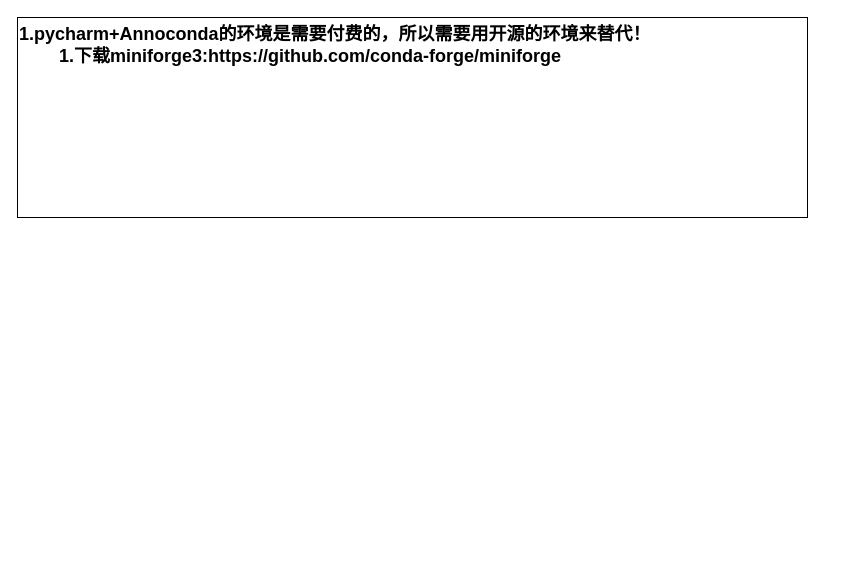
Above: AI/Python.drawio in KGwolf/MyDraw (draw.io), before the change. Source tidied: cells renumbered, new cells numbered last; positions are measured from the earlier drawing's top-left corner, leaving out a move shared by most shapes. Both pictures are drawn from the tidied source at 100%, with x=0, y=0 at pixel (17, 17).
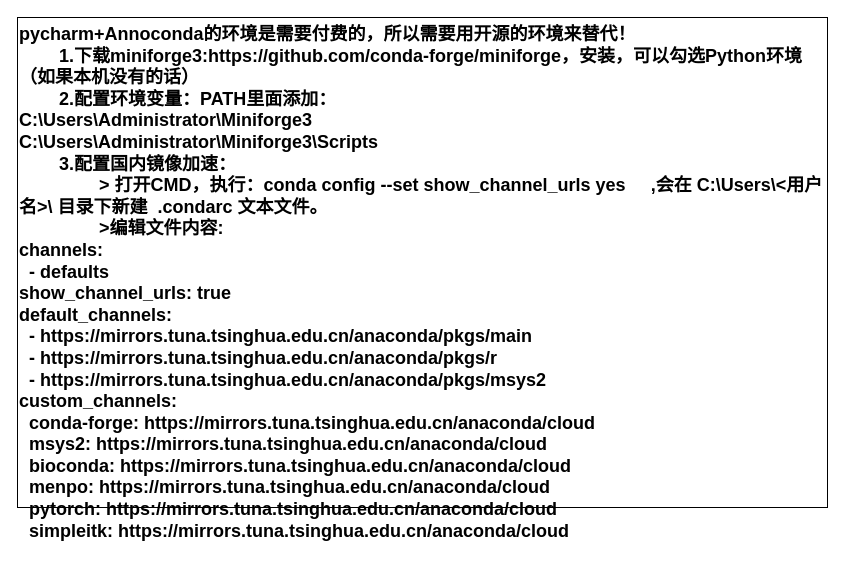
The same page after the edit.

Change to the diagram source:
```diff
@@
 <mxGraphModel>
   <root>
     <mxCell id="0" />
     <mxCell id="1" parent="0" />
-    <mxCell id="2" value="1.pycharm+Annoconda的环境是需要付费的，所以需要用开源的环境来替代！&lt;div&gt;&lt;span style=&quot;white-space: pre;&quot;&gt;&#9;&lt;/span&gt;1.下载&lt;span style=&quot;background-color: transparent; color: light-dark(rgb(0, 0, 0), rgb(255, 255, 255));&quot;&gt;miniforge3:&lt;/span&gt;&lt;span style=&quot;background-color: transparent; color: light-dark(rgb(0, 0, 0), rgb(255, 255, 255));&quot;&gt;https://github.com/conda-forge/miniforge&lt;/span&gt;&lt;/div&gt;" style="rounded=0;whiteSpace=wrap;html=1;fontSize=18;fontStyle=1;align=left;verticalAlign=top;" parent="1" vertex="1">
-      <mxGeometry width="790" height="200" as="geometry" />
+    <mxCell id="2" value="pycharm+Annoconda的环境是需要付费的，所以需要用开源的环境来替代！&lt;div&gt;&lt;span style=&quot;white-space: pre;&quot;&gt;&#9;&lt;/span&gt;1.下载&lt;span style=&quot;background-color: transparent; color: light-dark(rgb(0, 0, 0), rgb(255, 255, 255));&quot;&gt;miniforge3:&lt;/span&gt;&lt;span style=&quot;background-color: transparent; color: light-dark(rgb(0, 0, 0), rgb(255, 255, 255));&quot;&gt;https://github.com/conda-forge/miniforge，安装，可以勾选Python环境（如果本机没有的话）&lt;/span&gt;&lt;/div&gt;&lt;div&gt;&lt;span style=&quot;background-color: transparent; color: light-dark(rgb(0, 0, 0), rgb(255, 255, 255));&quot;&gt;&lt;span style=&quot;white-space: pre;&quot;&gt;&#9;&lt;/span&gt;2.配置环境变量：PATH里面添加：&lt;br&gt;&lt;/span&gt;&lt;/div&gt;&lt;div&gt;&lt;span style=&quot;background-color: transparent;&quot;&gt;&lt;div style=&quot;&quot;&gt;C:\Users\Administrator\Miniforge3&lt;/div&gt;&lt;div style=&quot;&quot;&gt;C:\Users\Administrator\Miniforge3\Scripts&lt;/div&gt;&lt;/span&gt;&lt;/div&gt;&lt;div&gt;&lt;span style=&quot;background-color: transparent; color: light-dark(rgb(0, 0, 0), rgb(255, 255, 255));&quot;&gt;&lt;span style=&quot;white-space: pre;&quot;&gt;&#9;&lt;/span&gt;3.&lt;/span&gt;&lt;span style=&quot;background-color: transparent;&quot;&gt;配置国内镜像加速：&lt;/span&gt;&lt;span style=&quot;background-color: transparent; color: light-dark(rgb(0, 0, 0), rgb(255, 255, 255));&quot;&gt;&lt;br&gt;&lt;/span&gt;&lt;/div&gt;&lt;div&gt;&lt;span style=&quot;background-color: transparent;&quot;&gt;&lt;span style=&quot;white-space: pre;&quot;&gt;&#9;&lt;/span&gt;&lt;span style=&quot;white-space: pre;&quot;&gt;&#9;&lt;/span&gt;&amp;gt; 打开CMD，执行：&lt;/span&gt;&lt;span style=&quot;background-color: transparent;&quot;&gt;conda config --set show_channel_urls yes&amp;nbsp; &amp;nbsp; &amp;nbsp;,会&lt;/span&gt;&lt;span style=&quot;background-color: transparent;&quot;&gt;在 C:\Users\&amp;lt;用户名&amp;gt;\ 目录下新建&amp;nbsp; .condarc 文本文件。&lt;/span&gt;&lt;span style=&quot;background-color: transparent;&quot;&gt;&lt;br&gt;&lt;/span&gt;&lt;/div&gt;&lt;div&gt;&lt;span style=&quot;background-color: transparent;&quot;&gt;&lt;span style=&quot;white-space: pre;&quot;&gt;&#9;&lt;/span&gt;&lt;span style=&quot;white-space: pre;&quot;&gt;&#9;&lt;/span&gt;&amp;gt;&lt;/span&gt;&lt;span style=&quot;background-color: transparent;&quot;&gt;编辑文件内容:&lt;/span&gt;&lt;span style=&quot;background-color: transparent;&quot;&gt;&lt;br&gt;&lt;/span&gt;&lt;/div&gt;&lt;div&gt;&lt;span style=&quot;background-color: transparent;&quot;&gt;&lt;div&gt;channels:&lt;/div&gt;&lt;div&gt;&amp;nbsp; - defaults&lt;/div&gt;&lt;div&gt;show_channel_urls: true&lt;/div&gt;&lt;div&gt;default_channels:&lt;/div&gt;&lt;div&gt;&amp;nbsp; - https://mirrors.tuna.tsinghua.edu.cn/anaconda/pkgs/main&lt;/div&gt;&lt;div&gt;&amp;nbsp; - https://mirrors.tuna.tsinghua.edu.cn/anaconda/pkgs/r&lt;/div&gt;&lt;div&gt;&amp;nbsp; - https://mirrors.tuna.tsinghua.edu.cn/anaconda/pkgs/msys2&lt;/div&gt;&lt;div&gt;custom_channels:&lt;/div&gt;&lt;div&gt;&amp;nbsp; conda-forge: https://mirrors.tuna.tsinghua.edu.cn/anaconda/cloud&lt;/div&gt;&lt;div&gt;&amp;nbsp; msys2: https://mirrors.tuna.tsinghua.edu.cn/anaconda/cloud&lt;/div&gt;&lt;div&gt;&amp;nbsp; bioconda: https://mirrors.tuna.tsinghua.edu.cn/anaconda/cloud&lt;/div&gt;&lt;div&gt;&amp;nbsp; menpo: https://mirrors.tuna.tsinghua.edu.cn/anaconda/cloud&lt;/div&gt;&lt;div&gt;&amp;nbsp; pytorch: https://mirrors.tuna.tsinghua.edu.cn/anaconda/cloud&lt;/div&gt;&lt;div&gt;&amp;nbsp; simpleitk: https://mirrors.tuna.tsinghua.edu.cn/anaconda/cloud&lt;/div&gt;&lt;div&gt;&lt;span style=&quot;white-space: pre;&quot;&gt;&#9;&lt;/span&gt;&lt;span style=&quot;white-space: pre;&quot;&gt;&#9;&lt;/span&gt;&lt;br&gt;&lt;/div&gt;&lt;/span&gt;&lt;/div&gt;" style="rounded=0;whiteSpace=wrap;html=1;fontSize=18;fontStyle=1;align=left;verticalAlign=top;" parent="1" vertex="1">
+      <mxGeometry width="810" height="490" as="geometry" />
     </mxCell>
   </root>
 </mxGraphModel>
```
